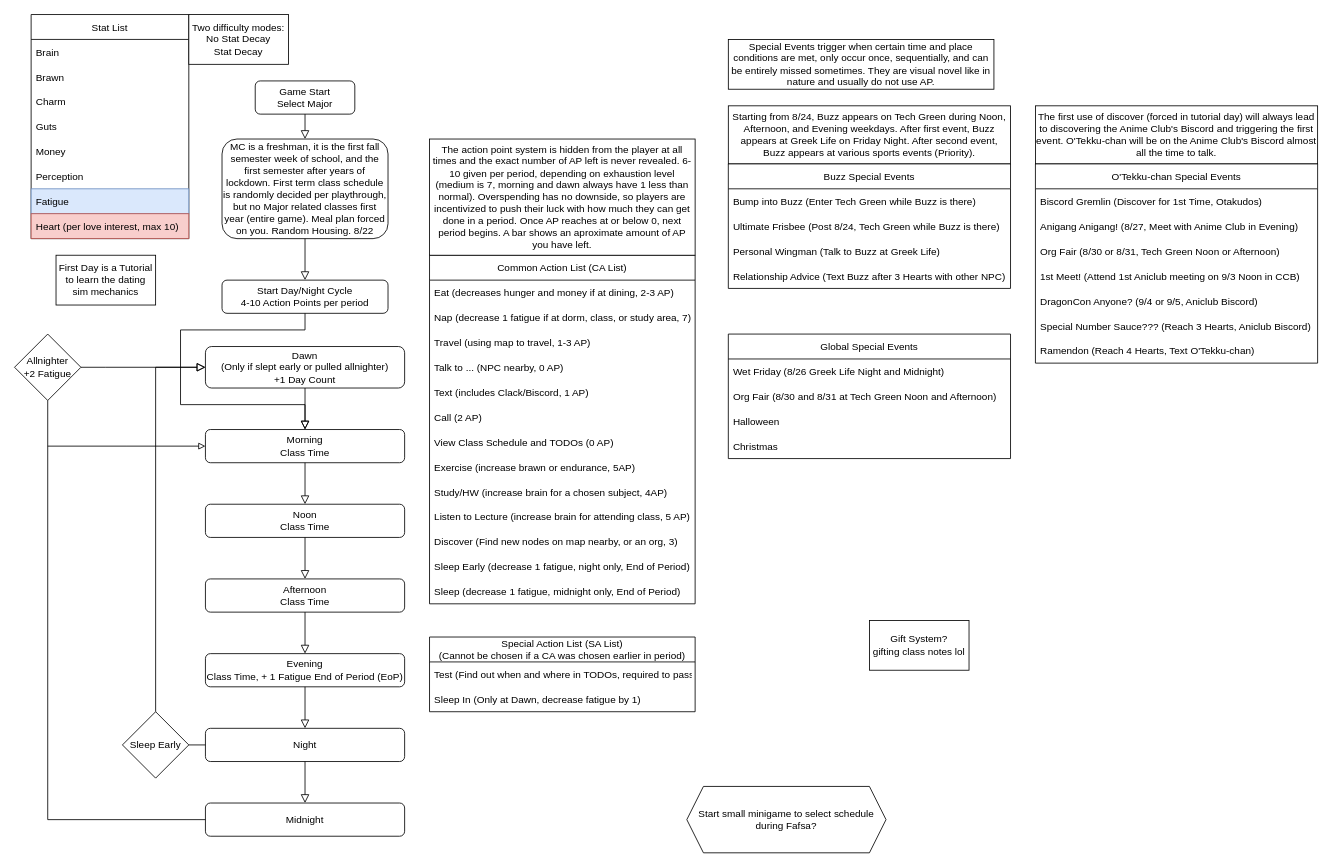
The draw.io diagram page "script" (1 of 2) of story_flowchart.drawio in DKingOfSpades/GTVN, before the edit. Source tidied: cells renumbered, new cells numbered last; positions are measured from the earlier drawing's top-left corner, leaving out a move shared by most shapes. Both pictures are drawn from the tidied source at 83%, with x=0, y=0 at pixel (14, 14).
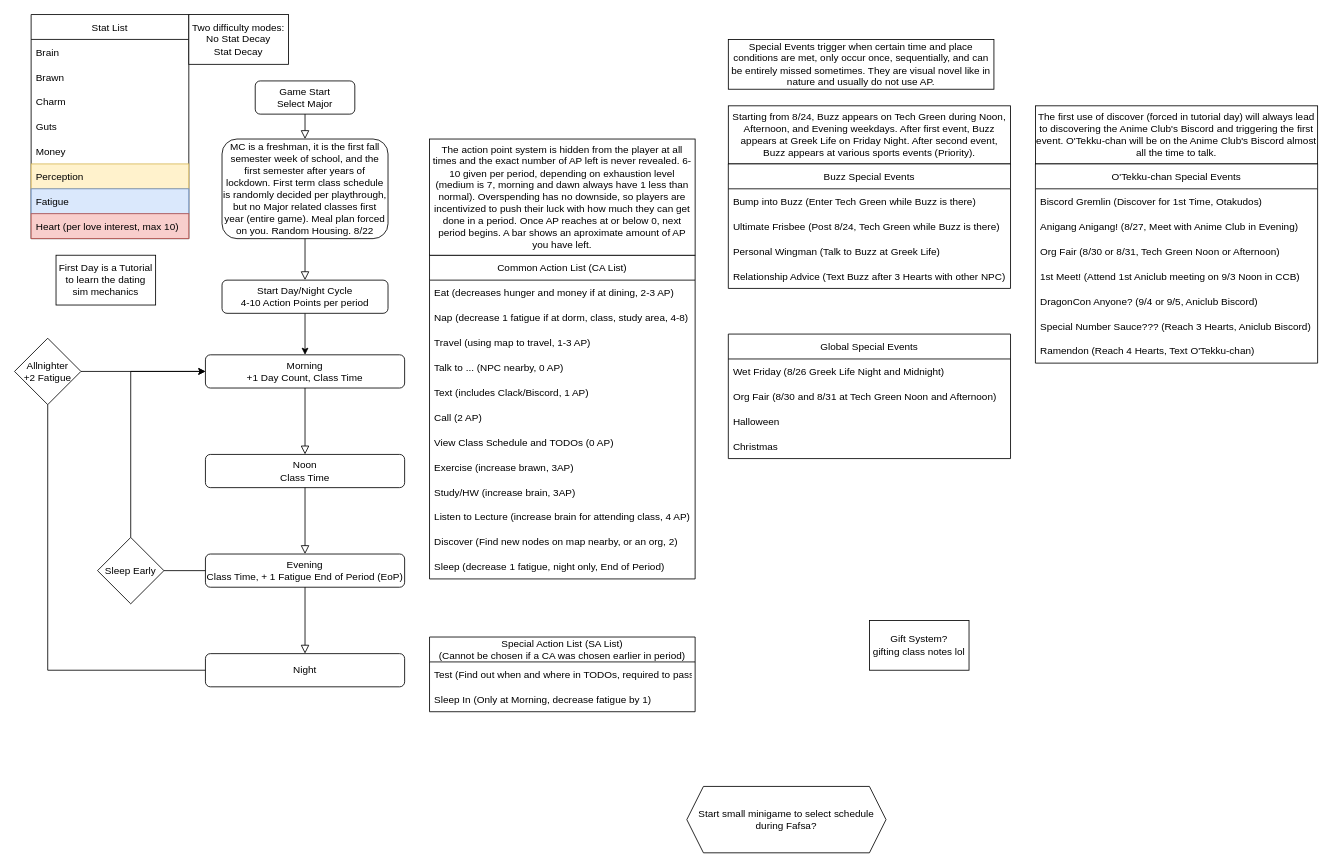
Above is the later version.

Unchanged cells that the change refers to:
```xml
<mxCell id="5" value="Start Day/Night Cycle&lt;br&gt;4-10 Action Points per period" style="rounded=1;whiteSpace=wrap;html=1;fontSize=12;glass=0;strokeWidth=1;shadow=0;" parent="1" vertex="1">
  <mxGeometry x="250" y="320" width="200" height="40" as="geometry" />
</mxCell>
<mxCell id="44" value="Special Action List (SA List)&#10;(Cannot be chosen if a CA was chosen earlier in period)" style="swimlane;fontStyle=0;horizontal=1;startSize=30;" parent="1" vertex="1">
  <mxGeometry x="500" y="750" width="320" height="90" as="geometry" />
</mxCell>
<mxCell id="47" value="Stat List" style="swimlane;fontStyle=0;horizontal=1;startSize=30;" parent="1" vertex="1">
  <mxGeometry x="20" width="190" height="270" as="geometry" />
</mxCell>
```

Diff of the diagram source:
```diff
@@
+    <mxCell id="80" style="edgeStyle=orthogonalEdgeStyle;rounded=0;jettySize=auto;html=1;entryX=0.5;entryY=0;entryDx=0;entryDy=0;" parent="1" edge="1" source="5" target="9">
+      <mxGeometry relative="1" as="geometry" />
+    </mxCell>
@@
-    <mxCell id="8" style="rounded=0;html=1;jettySize=auto;fontSize=11;endArrow=block;endFill=0;endSize=8;strokeWidth=1;shadow=0;labelBackgroundColor=none;edgeStyle=orthogonalEdgeStyle;entryX=0.5;entryY=0;entryDx=0;entryDy=0;exitX=0.5;exitY=1;exitDx=0;exitDy=0;" parent="1" edge="1" source="5" target="12">
-      <mxGeometry relative="1" as="geometry">
-        <Array as="points">
-          <mxPoint x="350" y="380" />
-          <mxPoint x="200" y="380" />
-          <mxPoint x="200" y="470" />
-          <mxPoint x="350" y="470" />
-        </Array>
-      </mxGeometry>
-    </mxCell>
-    <mxCell id="9" value="Dawn&lt;br&gt;(Only if slept early or pulled allnighter)&lt;br&gt;+1 Day Count" style="rounded=1;whiteSpace=wrap;html=1;fontSize=12;glass=0;strokeWidth=1;shadow=0;" parent="1" vertex="1">
-      <mxGeometry x="230" y="400" width="240" height="50" as="geometry" />
+    <mxCell id="9" value="Morning&lt;br&gt;+1 Day Count, Class Time" style="rounded=1;whiteSpace=wrap;html=1;fontSize=12;glass=0;strokeWidth=1;shadow=0;" parent="1" vertex="1">
+      <mxGeometry x="230" y="410" width="240" height="40" as="geometry" />
     </mxCell>
-    <mxCell id="10" style="rounded=0;html=1;jettySize=auto;fontSize=11;endArrow=block;endFill=0;endSize=8;strokeWidth=1;shadow=0;labelBackgroundColor=none;edgeStyle=orthogonalEdgeStyle;entryX=0.5;entryY=0;entryDx=0;entryDy=0;exitX=0.5;exitY=1;exitDx=0;exitDy=0;" parent="1" edge="1" source="9" target="12">
+    <mxCell id="10" style="rounded=0;html=1;jettySize=auto;fontSize=11;endArrow=block;endFill=0;endSize=8;strokeWidth=1;shadow=0;labelBackgroundColor=none;edgeStyle=orthogonalEdgeStyle;entryX=0.5;entryY=0;entryDx=0;entryDy=0;exitX=0.5;exitY=1;exitDx=0;exitDy=0;" parent="1" edge="1" source="9" target="14">
       <mxGeometry relative="1" as="geometry" />
     </mxCell>
-    <mxCell id="11" style="edgeStyle=orthogonalEdgeStyle;rounded=0;jettySize=auto;html=1;endArrow=none;endFill=0;endSize=8;startArrow=block;startFill=0;" parent="1" edge="1" source="12">
-      <mxGeometry relative="1" as="geometry">
-        <mxPoint x="40" y="520" as="targetPoint" />
-      </mxGeometry>
-    </mxCell>
-    <mxCell id="12" value="Morning&lt;br&gt;Class Time" style="rounded=1;whiteSpace=wrap;html=1;fontSize=12;glass=0;strokeWidth=1;shadow=0;" parent="1" vertex="1">
-      <mxGeometry x="230" y="500" width="240" height="40" as="geometry" />
-    </mxCell>
-    <mxCell id="13" style="rounded=0;html=1;jettySize=auto;fontSize=11;endArrow=block;endFill=0;endSize=8;strokeWidth=1;shadow=0;labelBackgroundColor=none;edgeStyle=orthogonalEdgeStyle;entryX=0.5;entryY=0;entryDx=0;entryDy=0;exitX=0.5;exitY=1;exitDx=0;exitDy=0;" parent="1" edge="1" source="12" target="14">
-      <mxGeometry relative="1" as="geometry" />
-    </mxCell>
     <mxCell id="14" value="Noon&lt;br&gt;Class Time" style="rounded=1;whiteSpace=wrap;html=1;fontSize=12;glass=0;strokeWidth=1;shadow=0;" parent="1" vertex="1">
-      <mxGeometry x="230" y="590" width="240" height="40" as="geometry" />
+      <mxGeometry x="230" y="530" width="240" height="40" as="geometry" />
     </mxCell>
-    <mxCell id="15" style="rounded=0;html=1;jettySize=auto;fontSize=11;endArrow=block;endFill=0;endSize=8;strokeWidth=1;shadow=0;labelBackgroundColor=none;edgeStyle=orthogonalEdgeStyle;entryX=0.5;entryY=0;entryDx=0;entryDy=0;exitX=0.5;exitY=1;exitDx=0;exitDy=0;" parent="1" edge="1" source="14" target="16">
+    <mxCell id="15" style="rounded=0;html=1;jettySize=auto;fontSize=11;endArrow=block;endFill=0;endSize=8;strokeWidth=1;shadow=0;labelBackgroundColor=none;edgeStyle=orthogonalEdgeStyle;entryX=0.5;entryY=0;entryDx=0;entryDy=0;exitX=0.5;exitY=1;exitDx=0;exitDy=0;" parent="1" edge="1" source="14" target="21">
       <mxGeometry relative="1" as="geometry" />
     </mxCell>
-    <mxCell id="16" value="Afternoon&lt;br&gt;Class Time" style="rounded=1;whiteSpace=wrap;html=1;fontSize=12;glass=0;strokeWidth=1;shadow=0;" parent="1" vertex="1">
-      <mxGeometry x="230" y="680" width="240" height="40" as="geometry" />
-    </mxCell>
-    <mxCell id="17" style="rounded=0;html=1;jettySize=auto;fontSize=11;endArrow=block;endFill=0;endSize=8;strokeWidth=1;shadow=0;labelBackgroundColor=none;edgeStyle=orthogonalEdgeStyle;entryX=0.5;entryY=0;entryDx=0;entryDy=0;exitX=0.5;exitY=1;exitDx=0;exitDy=0;" parent="1" edge="1" source="16" target="18">
-      <mxGeometry relative="1" as="geometry" />
-    </mxCell>
-    <mxCell id="18" value="Evening&lt;br&gt;Class Time, + 1 Fatigue End of Period (EoP)" style="rounded=1;whiteSpace=wrap;html=1;fontSize=12;glass=0;strokeWidth=1;shadow=0;" parent="1" vertex="1">
-      <mxGeometry x="230" y="770" width="240" height="40" as="geometry" />
-    </mxCell>
-    <mxCell id="19" style="rounded=0;html=1;jettySize=auto;fontSize=11;endArrow=block;endFill=0;endSize=8;strokeWidth=1;shadow=0;labelBackgroundColor=none;edgeStyle=orthogonalEdgeStyle;entryX=0.5;entryY=0;entryDx=0;entryDy=0;exitX=0.5;exitY=1;exitDx=0;exitDy=0;" parent="1" edge="1" source="18" target="21">
-      <mxGeometry relative="1" as="geometry" />
-    </mxCell>
-    <mxCell id="20" style="edgeStyle=orthogonalEdgeStyle;rounded=0;jettySize=auto;html=1;endArrow=block;endFill=0;endSize=8;startArrow=none;exitX=0.5;exitY=0;exitDx=0;exitDy=0;entryX=0;entryY=0.5;entryDx=0;entryDy=0;" parent="1" edge="1" source="28" target="9">
-      <mxGeometry relative="1" as="geometry">
-        <Array as="points">
-          <mxPoint x="170" y="425" />
-        </Array>
-      </mxGeometry>
-    </mxCell>
-    <mxCell id="21" value="Night" style="rounded=1;whiteSpace=wrap;html=1;fontSize=12;glass=0;strokeWidth=1;shadow=0;" parent="1" vertex="1">
-      <mxGeometry x="230" y="860" width="240" height="40" as="geometry" />
+    <mxCell id="21" value="Evening&lt;br&gt;Class Time, + 1 Fatigue End of Period (EoP)" style="rounded=1;whiteSpace=wrap;html=1;fontSize=12;glass=0;strokeWidth=1;shadow=0;" parent="1" vertex="1">
+      <mxGeometry x="230" y="650" width="240" height="40" as="geometry" />
     </mxCell>
@@
+    <mxCell id="24" value="Night" style="rounded=1;whiteSpace=wrap;html=1;fontSize=12;glass=0;strokeWidth=1;shadow=0;" parent="1" vertex="1">
+      <mxGeometry x="230" y="770" width="240" height="40" as="geometry" />
+    </mxCell>
-    <mxCell id="23" style="edgeStyle=orthogonalEdgeStyle;rounded=0;jettySize=auto;html=1;endArrow=block;endFill=0;endSize=8;startArrow=none;exitX=1;exitY=0.5;exitDx=0;exitDy=0;" parent="1" edge="1" source="25" target="9">
-      <mxGeometry relative="1" as="geometry">
-        <Array as="points">
-          <mxPoint x="110" y="425" />
-          <mxPoint x="110" y="425" />
-        </Array>
-      </mxGeometry>
+    <mxCell id="23" style="edgeStyle=orthogonalEdgeStyle;rounded=0;jettySize=auto;html=1;entryX=0;entryY=0.5;entryDx=0;entryDy=0;" parent="1" edge="1" source="25" target="9">
+      <mxGeometry relative="1" as="geometry" />
     </mxCell>
-    <mxCell id="24" value="Midnight" style="rounded=1;whiteSpace=wrap;html=1;fontSize=12;glass=0;strokeWidth=1;shadow=0;" parent="1" vertex="1">
-      <mxGeometry x="230" y="950" width="240" height="40" as="geometry" />
-    </mxCell>
     <mxCell id="25" value="Allnighter&lt;br&gt;+2 Fatigue" style="rhombus;whiteSpace=wrap;html=1;" parent="1" vertex="1">
-      <mxGeometry y="385" width="80" height="80" as="geometry" />
+      <mxGeometry y="390" width="80" height="80" as="geometry" />
     </mxCell>
-    <mxCell id="26" style="edgeStyle=orthogonalEdgeStyle;rounded=0;jettySize=auto;html=1;endArrow=none;endFill=0;endSize=8;entryX=0.5;entryY=1;entryDx=0;entryDy=0;" parent="1" edge="1" source="24" target="25">
+    <mxCell id="26" style="edgeStyle=orthogonalEdgeStyle;rounded=0;jettySize=auto;html=1;endArrow=none;endFill=0;endSize=8;entryX=0.5;entryY=1;entryDx=0;entryDy=0;exitX=0;exitY=0.5;exitDx=0;exitDy=0;" parent="1" edge="1" source="24" target="25">
       <mxGeometry relative="1" as="geometry">
         <Array as="points">
-          <mxPoint x="40" y="970" />
+          <mxPoint x="40" y="790" />
         </Array>
       </mxGeometry>
     </mxCell>
@@
+    <mxCell id="20" style="edgeStyle=orthogonalEdgeStyle;rounded=0;jettySize=auto;html=1;exitX=0.5;exitY=0;exitDx=0;exitDy=0;entryX=0;entryY=0.5;entryDx=0;entryDy=0;" parent="1" edge="1" source="28" target="9">
+      <mxGeometry relative="1" as="geometry" />
+    </mxCell>
     <mxCell id="28" value="Sleep Early" style="rhombus;whiteSpace=wrap;html=1;" parent="1" vertex="1">
-      <mxGeometry x="130" y="840" width="80" height="80" as="geometry" />
+      <mxGeometry x="100" y="630" width="80" height="80" as="geometry" />
     </mxCell>
     <mxCell id="29" value="Common Action List (CA List)" style="swimlane;fontStyle=0;horizontal=1;startSize=30;" parent="1" vertex="1">
-      <mxGeometry x="500" y="290" width="320" height="420" as="geometry" />
+      <mxGeometry x="500" y="290" width="320" height="390" as="geometry" />
     </mxCell>
@@
-    <mxCell id="31" value="Nap (decrease 1 fatigue if at dorm, class, or study area, 7)" style="text;strokeColor=none;fillColor=none;align=left;verticalAlign=middle;spacingLeft=4;spacingRight=4;overflow=hidden;" parent="29" vertex="1">
+    <mxCell id="31" value="Nap (decrease 1 fatigue if at dorm, class, study area, 4-8)" style="text;strokeColor=none;fillColor=none;align=left;verticalAlign=middle;spacingLeft=4;spacingRight=4;overflow=hidden;" parent="29" vertex="1">
       <mxGeometry y="60" width="320" height="30" as="geometry" />
     </mxCell>
@@
-    <mxCell id="37" value="Exercise (increase brawn or endurance, 5AP)" style="text;strokeColor=none;fillColor=none;align=left;verticalAlign=middle;spacingLeft=4;spacingRight=4;overflow=hidden;" parent="29" vertex="1">
+    <mxCell id="37" value="Exercise (increase brawn, 3AP)" style="text;strokeColor=none;fillColor=none;align=left;verticalAlign=middle;spacingLeft=4;spacingRight=4;overflow=hidden;" parent="29" vertex="1">
       <mxGeometry y="240" width="320" height="30" as="geometry" />
     </mxCell>
-    <mxCell id="38" value="Study/HW (increase brain for a chosen subject, 4AP)" style="text;strokeColor=none;fillColor=none;align=left;verticalAlign=middle;spacingLeft=4;spacingRight=4;overflow=hidden;" parent="29" vertex="1">
+    <mxCell id="38" value="Study/HW (increase brain, 3AP)" style="text;strokeColor=none;fillColor=none;align=left;verticalAlign=middle;spacingLeft=4;spacingRight=4;overflow=hidden;" parent="29" vertex="1">
       <mxGeometry y="270" width="320" height="30" as="geometry" />
     </mxCell>
-    <mxCell id="39" value="Listen to Lecture (increase brain for attending class, 5 AP)" style="text;strokeColor=none;fillColor=none;align=left;verticalAlign=middle;spacingLeft=4;spacingRight=4;overflow=hidden;" parent="29" vertex="1">
+    <mxCell id="39" value="Listen to Lecture (increase brain for attending class, 4 AP)" style="text;strokeColor=none;fillColor=none;align=left;verticalAlign=middle;spacingLeft=4;spacingRight=4;overflow=hidden;" parent="29" vertex="1">
       <mxGeometry y="300" width="320" height="30" as="geometry" />
     </mxCell>
-    <mxCell id="40" value="Discover (Find new nodes on map nearby, or an org, 3)" style="text;strokeColor=none;fillColor=none;align=left;verticalAlign=middle;spacingLeft=4;spacingRight=4;overflow=hidden;" parent="29" vertex="1">
+    <mxCell id="40" value="Discover (Find new nodes on map nearby, or an org, 2)" style="text;strokeColor=none;fillColor=none;align=left;verticalAlign=middle;spacingLeft=4;spacingRight=4;overflow=hidden;" parent="29" vertex="1">
       <mxGeometry y="330" width="320" height="30" as="geometry" />
     </mxCell>
-    <mxCell id="41" value="Sleep Early (decrease 1 fatigue, night only, End of Period)" style="text;strokeColor=none;fillColor=none;align=left;verticalAlign=middle;spacingLeft=4;spacingRight=4;overflow=hidden;" parent="29" vertex="1">
-      <mxGeometry y="360" width="320" height="30" as="geometry" />
-    </mxCell>
-    <mxCell id="42" value="Sleep (decrease 1 fatigue, midnight only, End of Period)" style="text;strokeColor=none;fillColor=none;align=left;verticalAlign=middle;spacingLeft=4;spacingRight=4;overflow=hidden;" parent="29" vertex="1">
-      <mxGeometry y="390" width="320" height="30" as="geometry" />
+    <mxCell id="42" value="Sleep (decrease 1 fatigue, night only, End of Period)" style="text;strokeColor=none;fillColor=none;align=left;verticalAlign=middle;spacingLeft=4;spacingRight=4;overflow=hidden;" parent="29" vertex="1">
+      <mxGeometry y="360" width="320" height="30" as="geometry" />
     </mxCell>
@@
-    <mxCell id="46" value="Sleep In (Only at Dawn, decrease fatigue by 1)" style="text;strokeColor=none;fillColor=none;align=left;verticalAlign=middle;spacingLeft=4;spacingRight=4;overflow=hidden;" parent="44" vertex="1">
+    <mxCell id="46" value="Sleep In (Only at Morning, decrease fatigue by 1)" style="text;strokeColor=none;fillColor=none;align=left;verticalAlign=middle;spacingLeft=4;spacingRight=4;overflow=hidden;" parent="44" vertex="1">
       <mxGeometry y="60" width="320" height="30" as="geometry" />
     </mxCell>
@@
-    <mxCell id="53" value="Perception" style="text;strokeColor=none;fillColor=none;align=left;verticalAlign=middle;spacingLeft=4;spacingRight=4;overflow=hidden;" parent="47" vertex="1">
+    <mxCell id="53" value="Perception" style="text;strokeColor=#d6b656;fillColor=#fff2cc;align=left;verticalAlign=middle;spacingLeft=4;spacingRight=4;overflow=hidden;" parent="47" vertex="1">
       <mxGeometry y="180" width="190" height="30" as="geometry" />
     </mxCell>
```
